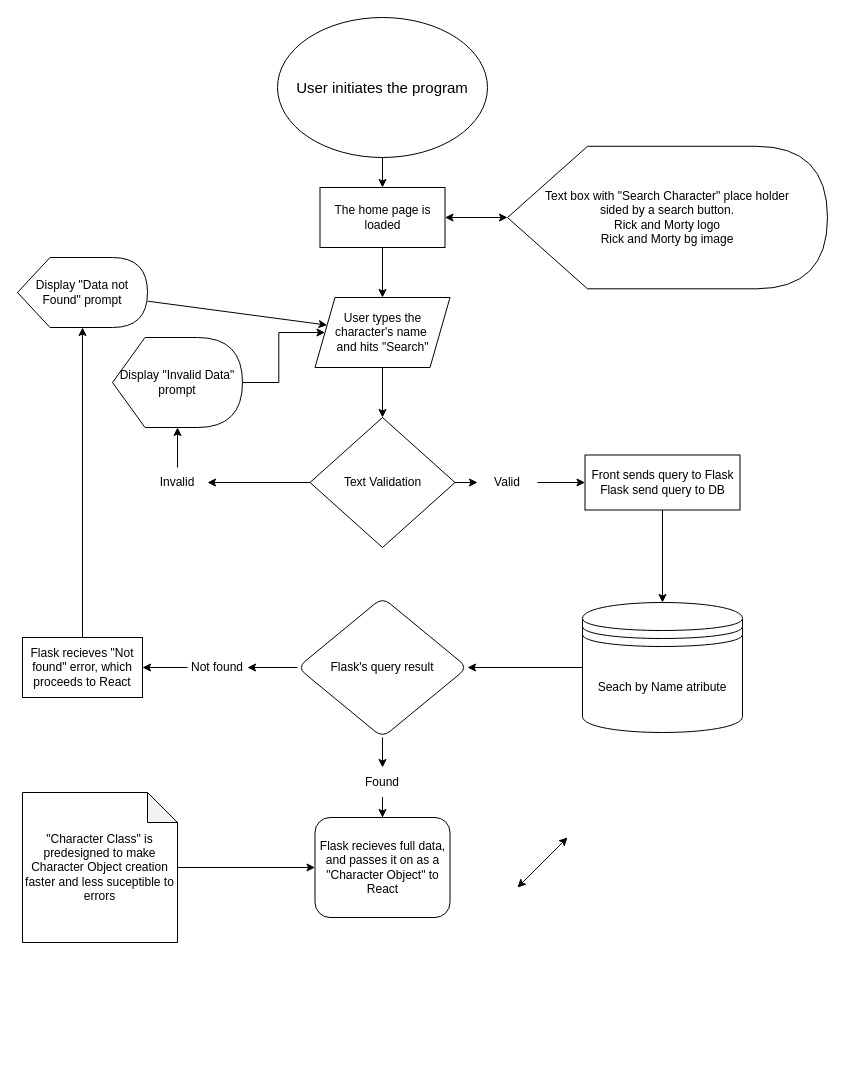
This is Diagrama sem nome.drawio from Arhck/Arhck, a draw.io file, before an edit. Source tidied: cells renumbered, new cells numbered last; positions are measured from the earlier drawing's top-left corner, leaving out a move shared by most shapes. Both pictures are drawn from the tidied source at 100%, with x=0, y=0 at pixel (17, 17).
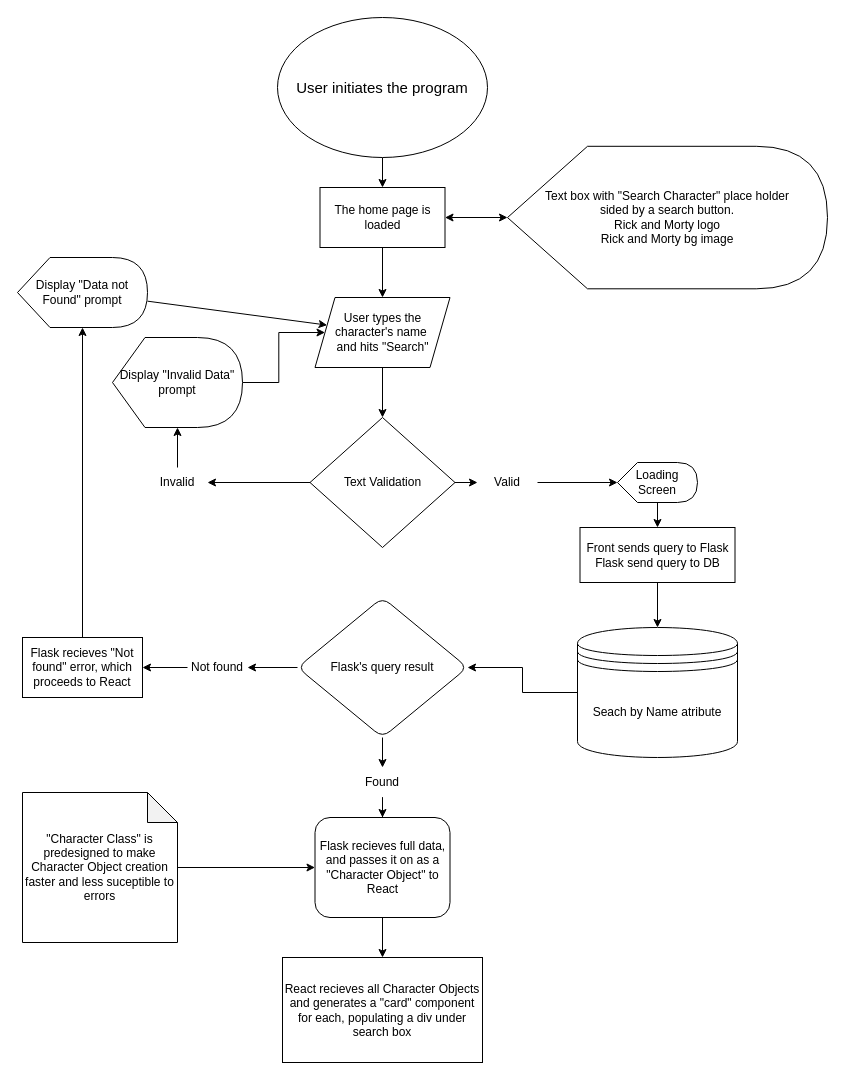
The same diagram, later.

The change refers to these unchanged cells:
```xml
<mxCell id="14" value="Valid" style="text;html=1;strokeColor=none;fillColor=none;align=center;verticalAlign=middle;whiteSpace=wrap;rounded=0;" parent="1" vertex="1">
  <mxGeometry x="460" y="450" width="60" height="30" as="geometry" />
</mxCell>
<mxCell id="31" value="Flask recieves full data, and passes it on as a &quot;Character Object&quot; to React" style="rounded=1;whiteSpace=wrap;html=1;" parent="1" vertex="1">
  <mxGeometry x="297.5" y="800" width="135" height="100" as="geometry" />
</mxCell>
```

Diff of the diagram source:
```diff
@@
-    <mxCell id="13" style="edgeStyle=orthogonalEdgeStyle;rounded=0;jettySize=auto;html=1;" parent="1" edge="1" source="14" target="25">
+    <mxCell id="13" style="edgeStyle=orthogonalEdgeStyle;rounded=0;jettySize=auto;html=1;" parent="1" edge="1" source="41" target="25">
       <mxGeometry relative="1" as="geometry" />
     </mxCell>
@@
     <mxCell id="25" value="Front sends query to Flask&lt;br style=&quot;border-color: var(--border-color);&quot;&gt;Flask send query to DB" style="rounded=0;whiteSpace=wrap;html=1;" parent="1" vertex="1">
-      <mxGeometry x="567.5" y="437.5" width="155" height="55" as="geometry" />
+      <mxGeometry x="562.5" y="510" width="155" height="55" as="geometry" />
     </mxCell>
     <mxCell id="26" value="Seach by Name atribute" style="shape=datastore;whiteSpace=wrap;html=1;" parent="1" vertex="1">
-      <mxGeometry x="565" y="585" width="160" height="130" as="geometry" />
+      <mxGeometry x="560" y="610" width="160" height="130" as="geometry" />
     </mxCell>
@@
+    <mxCell id="38" style="edgeStyle=orthogonalEdgeStyle;rounded=0;jettySize=auto;html=1;" parent="1" edge="1" source="31" target="39">
+      <mxGeometry relative="1" as="geometry" />
+    </mxCell>
@@
-    <mxCell id="37" style="endArrow=classic;startArrow=classic;html=1;rounded=0;" parent="1" edge="1">
-      <mxGeometry relative="1" as="geometry">
-        <mxPoint x="500" y="870" as="sourcePoint" />
-        <mxPoint x="550" y="820" as="targetPoint" />
-      </mxGeometry>
-    </mxCell>
+    <mxCell id="39" value="React recieves all Character Objects and generates a &quot;card&quot; component for each, populating a div under search box" style="rounded=0;whiteSpace=wrap;html=1;" parent="1" vertex="1">
+      <mxGeometry x="265" y="940" width="200" height="105" as="geometry" />
+    </mxCell>
+    <mxCell id="40" style="edgeStyle=orthogonalEdgeStyle;rounded=0;jettySize=auto;html=1;" parent="1" edge="1" source="14" target="41">
+      <mxGeometry relative="1" as="geometry" />
+    </mxCell>
+    <mxCell id="41" value="Loading&lt;br&gt;Screen" style="shape=display;whiteSpace=wrap;html=1;" parent="1" vertex="1">
+      <mxGeometry x="600" y="445" width="80" height="40" as="geometry" />
+    </mxCell>
```
